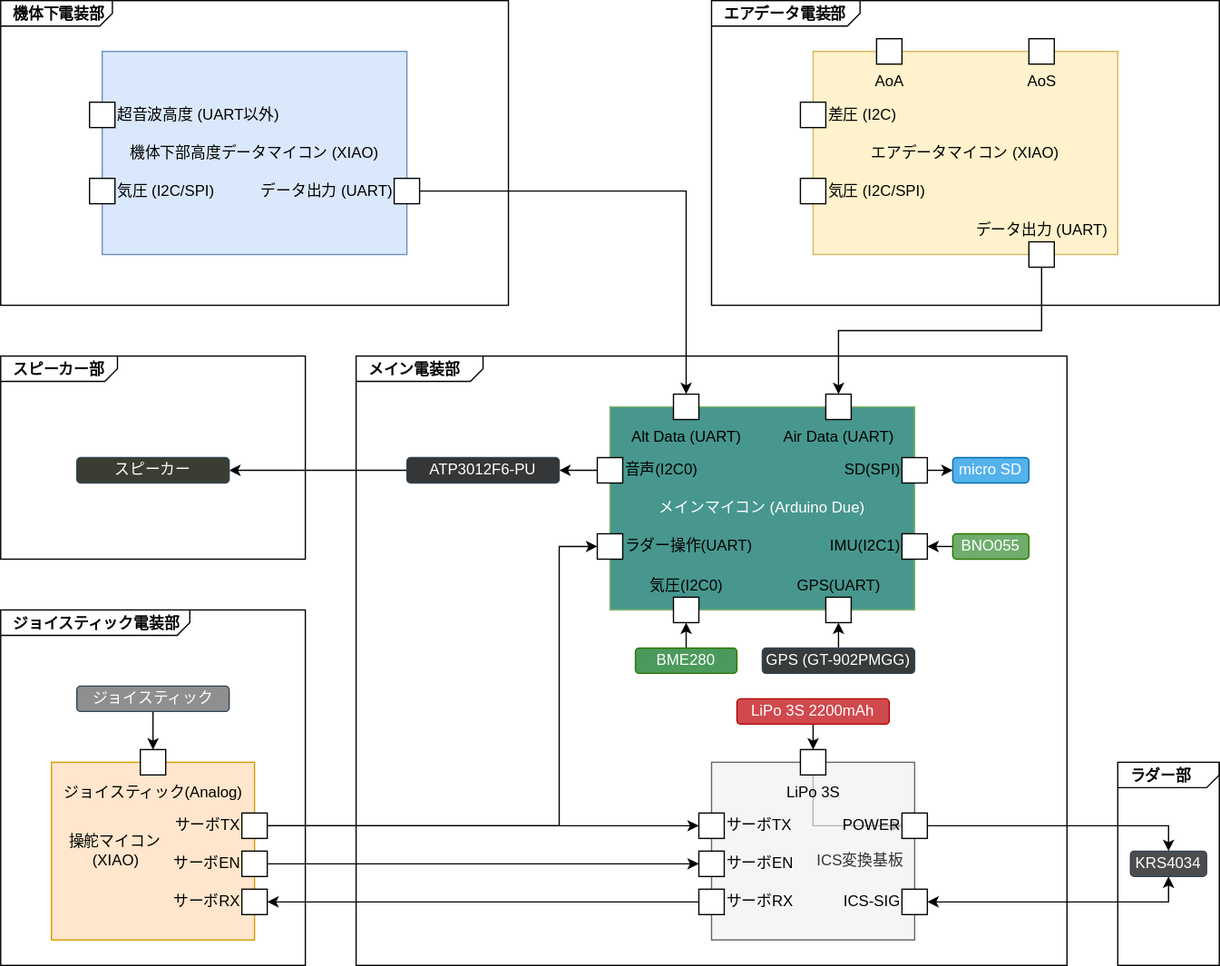
Before: images/blog/torica/architecture.svg, a diagram exported from draw.io (771-8bit/771-8bit.github.io). Source tidied: cells renumbered, new cells last; positions are measured from the earlier drawing's top-left corner, leaving out a move shared by most shapes.
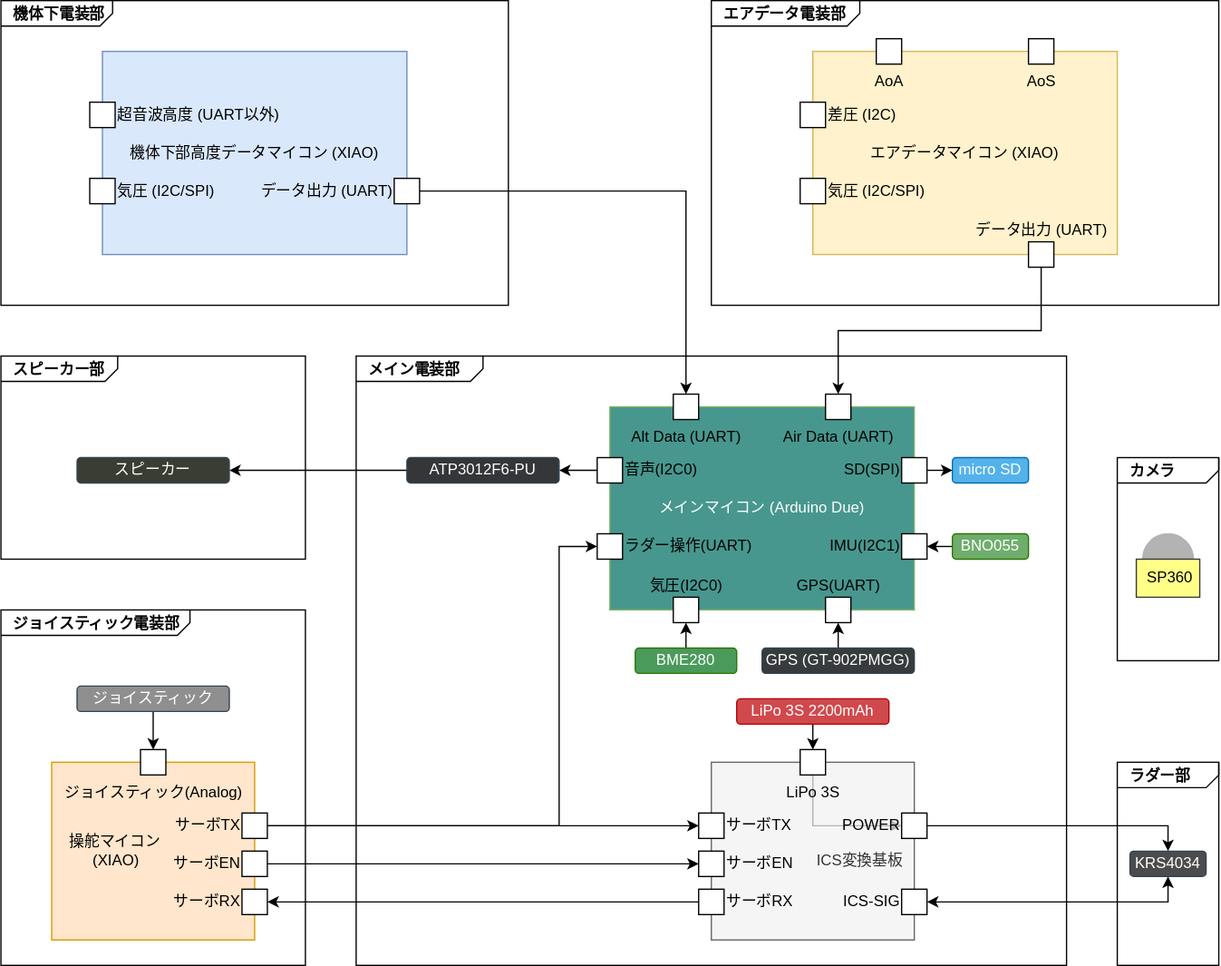
Later version of the same file.

Diff of the diagram source:
```diff
@@ -266,5 +266,14 @@
     <mxCell id="70" style="edgeStyle=orthogonalEdgeStyle;rounded=0;jettySize=auto;html=1;exitX=1;exitY=0.5;exitDx=0;exitDy=0;exitPerimeter=0;entryX=0.5;entryY=0;entryDx=0;entryDy=0;strokeColor=#000000;fontColor=#CCCCCC;" parent="1" edge="1" source="62" target="55">
       <mxGeometry relative="1" as="geometry" />
     </mxCell>
+    <mxCell id="71" value="&lt;p style=&quot;margin:0px;margin-top:4px;margin-left:10px;text-align:left;&quot;&gt;&lt;b&gt;カメラ&lt;/b&gt;&lt;/p&gt;" style="html=1;shape=mxgraph.sysml.package;html=1;overflow=fill;whiteSpace=wrap;labelX=117;" parent="1" vertex="1">
+      <mxGeometry x="880" y="360" width="80" height="160" as="geometry" />
+    </mxCell>
+    <mxCell id="72" style="ellipse;whiteSpace=wrap;html=1;strokeColor=#B3B3B3;fillColor=#B3B3B3;" parent="1" vertex="1">
+      <mxGeometry x="900" y="420" width="40" height="40" as="geometry" />
+    </mxCell>
+    <mxCell id="73" value="&amp;nbsp;SP360" style="whiteSpace=wrap;html=1;fillColor=#ffff88;strokeColor=#36393d;" parent="1" vertex="1">
+      <mxGeometry x="895" y="440" width="50" height="30" as="geometry" />
+    </mxCell>
   </root>
 </mxGraphModel>
```
